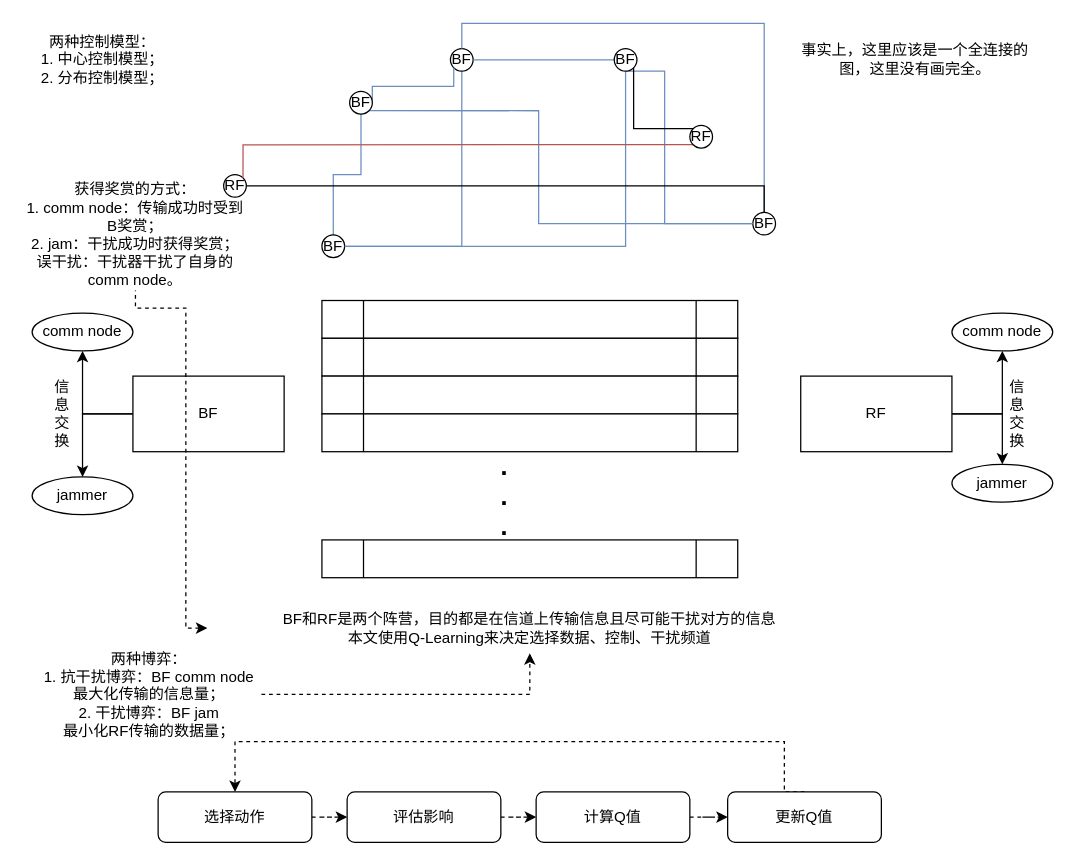
Before: 强化学习.drawio in zjtone/RL-Note, a draw.io diagram. Source tidied: cells renumbered, new cells numbered last; positions are measured from the earlier drawing's top-left corner, leaving out a move shared by most shapes. Both pictures are drawn from the tidied source at 126%, with x=0, y=0 at pixel (21, 20).
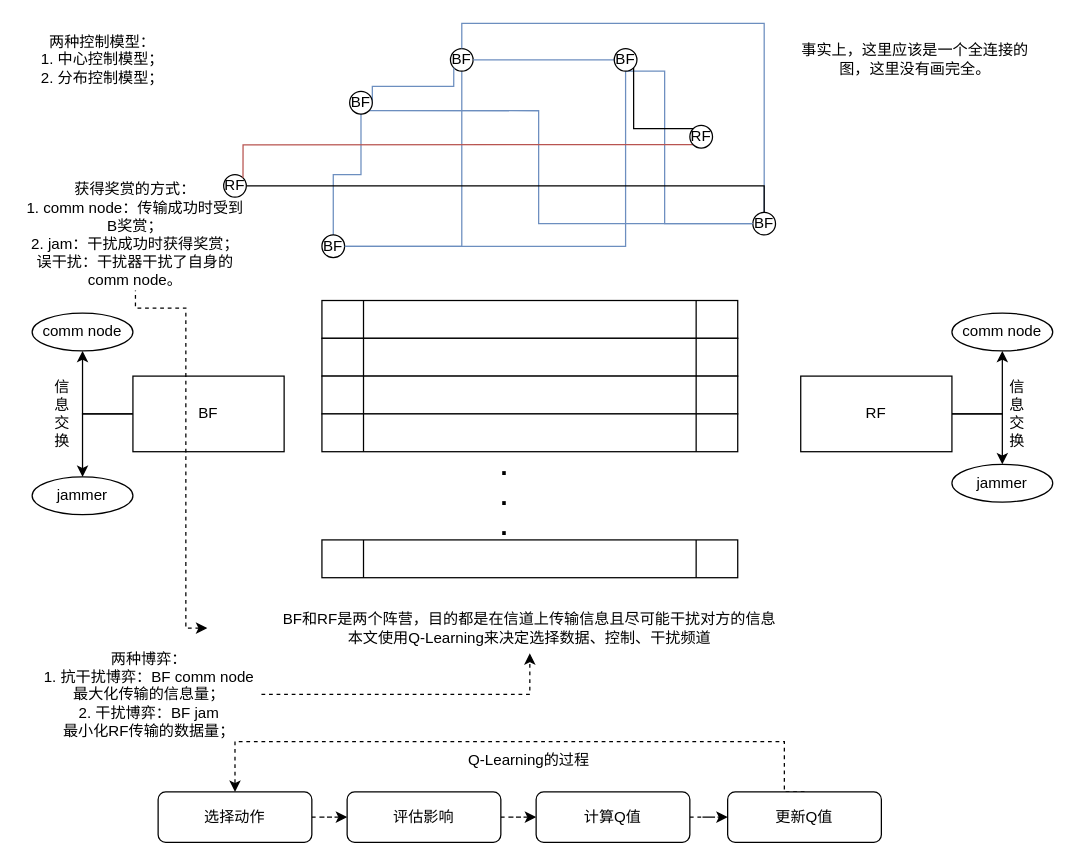
The same diagram, later.

Commit message:
更新强化学习.drawio

What changed in the source:
```diff
@@
+    <mxCell id="53" value="Q-Learning的过程" style="text;html=1;strokeColor=none;fillColor=none;align=center;verticalAlign=middle;whiteSpace=wrap;rounded=0;fontSize=12;" parent="1" vertex="1">
+      <mxGeometry x="319" y="577" width="167" height="20" as="geometry" />
+    </mxCell>
```
